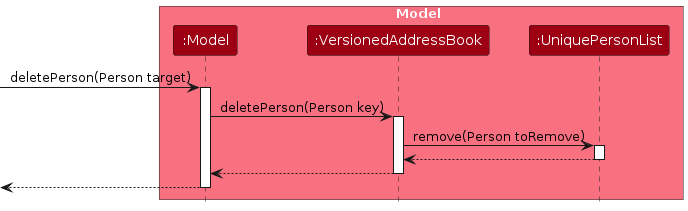
Earlier version of the PlantUML export diagrams/DeleteSequenceDiagram-Model.png (anselmlong/tp). Its source is kept beside it as diagrams/DeleteSequenceDiagram-Model.puml. The source it was exported from:
```plantuml
@startuml
!include style.puml
skinparam ArrowFontStyle plain

box Model MODEL_COLOR_T1
participant ":Model" as Model MODEL_COLOR
participant ":VersionedAddressBook" as VersionedAddressBook MODEL_COLOR
participant ":UniquePersonList" as UniquePersonList MODEL_COLOR
end box

[-> Model : deletePerson(Person target)
activate Model

Model -> VersionedAddressBook : deletePerson(Person key)
activate VersionedAddressBook
VersionedAddressBook -> UniquePersonList : remove(Person toRemove)
activate UniquePersonList
UniquePersonList --> VersionedAddressBook
deactivate UniquePersonList

VersionedAddressBook --> Model
deactivate VersionedAddressBook

[<-- Model
deactivate Model

@enduml
```
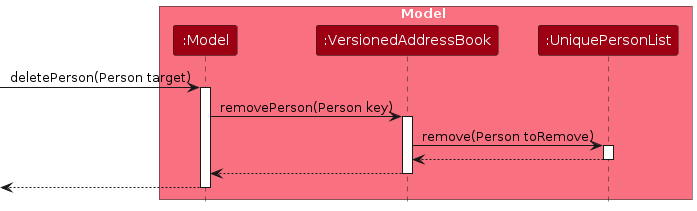
The same diagram one commit later.

What changed in the source:
```diff
@@ -11,7 +11,7 @@
 [-> Model : deletePerson(Person target)
 activate Model
 
-Model -> VersionedAddressBook : deletePerson(Person key)
+Model -> VersionedAddressBook : removePerson(Person key)
 activate VersionedAddressBook
 VersionedAddressBook -> UniquePersonList : remove(Person toRemove)
 activate UniquePersonList
```
